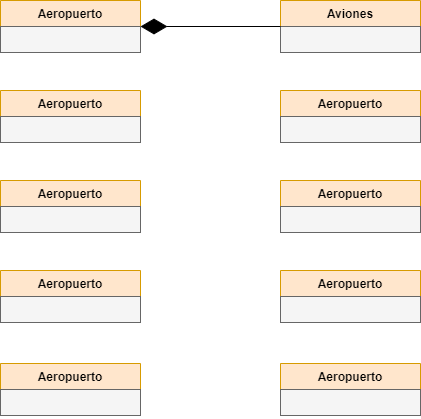
The draw.io diagram ejercicio2.png in MiguelGG03/ejercicios_mediante_uml_-grupos-, before a commit. Source tidied: cells renumbered, new cells last; positions are measured from the earlier drawing's top-left corner, leaving out a move shared by most shapes. Source of this version:
```xml
<mxGraphModel>
  <root>
    <mxCell id="0" />
    <mxCell id="1" parent="0" />
    <mxCell id="2" value="Aeropuerto" style="swimlane;fontStyle=1;horizontal=1;startSize=26;fillColor=#ffe6cc;strokeColor=#d79b00;" parent="1" vertex="1">
      <mxGeometry width="140" height="52" as="geometry" />
    </mxCell>
    <mxCell id="3" value=" " style="text;strokeColor=#666666;fillColor=#f5f5f5;align=left;verticalAlign=top;spacingLeft=4;spacingRight=4;overflow=hidden;fontColor=#333333;" parent="2" vertex="1">
      <mxGeometry y="26" width="140" height="26" as="geometry" />
    </mxCell>
    <mxCell id="4" value="Aviones" style="swimlane;fontStyle=1;horizontal=1;startSize=26;fillColor=#ffe6cc;strokeColor=#d79b00;" parent="1" vertex="1">
      <mxGeometry x="280" width="140" height="52" as="geometry" />
    </mxCell>
    <mxCell id="5" value=" " style="text;strokeColor=#666666;fillColor=#f5f5f5;align=left;verticalAlign=top;spacingLeft=4;spacingRight=4;overflow=hidden;fontColor=#333333;" parent="4" vertex="1">
      <mxGeometry y="26" width="140" height="26" as="geometry" />
    </mxCell>
    <mxCell id="6" style="endArrow=diamondThin;endFill=1;endSize=24;html=1;rounded=0;exitX=0;exitY=0.5;exitDx=0;exitDy=0;" parent="1" edge="1" source="4">
      <mxGeometry relative="1" as="geometry">
        <mxPoint x="140" y="26" as="targetPoint" />
      </mxGeometry>
    </mxCell>
    <mxCell id="7" value="Aeropuerto" style="swimlane;fontStyle=1;horizontal=1;startSize=26;fillColor=#ffe6cc;strokeColor=#d79b00;" parent="1" vertex="1">
      <mxGeometry y="363" width="140" height="52" as="geometry" />
    </mxCell>
    <mxCell id="8" value=" " style="text;strokeColor=#666666;fillColor=#f5f5f5;align=left;verticalAlign=top;spacingLeft=4;spacingRight=4;overflow=hidden;fontColor=#333333;" parent="7" vertex="1">
      <mxGeometry y="26" width="140" height="26" as="geometry" />
    </mxCell>
    <mxCell id="9" value="Aeropuerto" style="swimlane;fontStyle=1;horizontal=1;startSize=26;fillColor=#ffe6cc;strokeColor=#d79b00;" parent="1" vertex="1">
      <mxGeometry y="90" width="140" height="52" as="geometry" />
    </mxCell>
    <mxCell id="10" value=" " style="text;strokeColor=#666666;fillColor=#f5f5f5;align=left;verticalAlign=top;spacingLeft=4;spacingRight=4;overflow=hidden;fontColor=#333333;" parent="9" vertex="1">
      <mxGeometry y="26" width="140" height="26" as="geometry" />
    </mxCell>
    <mxCell id="11" value="Aeropuerto" style="swimlane;fontStyle=1;horizontal=1;startSize=26;fillColor=#ffe6cc;strokeColor=#d79b00;" parent="1" vertex="1">
      <mxGeometry y="180" width="140" height="52" as="geometry" />
    </mxCell>
    <mxCell id="12" value=" " style="text;strokeColor=#666666;fillColor=#f5f5f5;align=left;verticalAlign=top;spacingLeft=4;spacingRight=4;overflow=hidden;fontColor=#333333;" parent="11" vertex="1">
      <mxGeometry y="26" width="140" height="26" as="geometry" />
    </mxCell>
    <mxCell id="13" value="Aeropuerto" style="swimlane;fontStyle=1;horizontal=1;startSize=26;fillColor=#ffe6cc;strokeColor=#d79b00;" parent="1" vertex="1">
      <mxGeometry y="270" width="140" height="52" as="geometry" />
    </mxCell>
    <mxCell id="14" value=" " style="text;strokeColor=#666666;fillColor=#f5f5f5;align=left;verticalAlign=top;spacingLeft=4;spacingRight=4;overflow=hidden;points=[[0,0.5],[1,0.5]];portConstraint=eastwest;fontColor=#333333;" parent="13" vertex="1">
      <mxGeometry y="26" width="140" height="26" as="geometry" />
    </mxCell>
    <mxCell id="15" value="Aeropuerto" style="swimlane;fontStyle=1;horizontal=1;startSize=26;fillColor=#ffe6cc;strokeColor=#d79b00;" parent="1" vertex="1">
      <mxGeometry x="280" y="90" width="140" height="52" as="geometry" />
    </mxCell>
    <mxCell id="16" value=" " style="text;strokeColor=#666666;fillColor=#f5f5f5;align=left;verticalAlign=top;spacingLeft=4;spacingRight=4;overflow=hidden;fontColor=#333333;" parent="15" vertex="1">
      <mxGeometry y="26" width="140" height="26" as="geometry" />
    </mxCell>
    <mxCell id="17" value="Aeropuerto" style="swimlane;fontStyle=1;horizontal=1;startSize=26;fillColor=#ffe6cc;strokeColor=#d79b00;" parent="1" vertex="1">
      <mxGeometry x="280" y="180" width="140" height="52" as="geometry" />
    </mxCell>
    <mxCell id="18" value=" " style="text;strokeColor=#666666;fillColor=#f5f5f5;align=left;verticalAlign=top;spacingLeft=4;spacingRight=4;overflow=hidden;points=[[0,0.5],[1,0.5]];portConstraint=eastwest;fontColor=#333333;" parent="17" vertex="1">
      <mxGeometry y="26" width="140" height="26" as="geometry" />
    </mxCell>
    <mxCell id="19" value="Aeropuerto" style="swimlane;fontStyle=1;horizontal=1;startSize=26;fillColor=#ffe6cc;strokeColor=#d79b00;" parent="1" vertex="1">
      <mxGeometry x="280" y="270" width="140" height="52" as="geometry" />
    </mxCell>
    <mxCell id="20" value=" " style="text;strokeColor=#666666;fillColor=#f5f5f5;align=left;verticalAlign=top;spacingLeft=4;spacingRight=4;overflow=hidden;points=[[0,0.5],[1,0.5]];portConstraint=eastwest;fontColor=#333333;" parent="19" vertex="1">
      <mxGeometry y="26" width="140" height="26" as="geometry" />
    </mxCell>
    <mxCell id="21" value="Aeropuerto" style="swimlane;fontStyle=1;horizontal=1;startSize=26;fillColor=#ffe6cc;strokeColor=#d79b00;" parent="1" vertex="1">
      <mxGeometry x="280" y="363" width="140" height="52" as="geometry" />
    </mxCell>
    <mxCell id="22" value=" " style="text;strokeColor=#666666;fillColor=#f5f5f5;align=left;verticalAlign=top;spacingLeft=4;spacingRight=4;overflow=hidden;points=[[0,0.5],[1,0.5]];portConstraint=eastwest;fontColor=#333333;" parent="21" vertex="1">
      <mxGeometry y="26" width="140" height="26" as="geometry" />
    </mxCell>
  </root>
</mxGraphModel>
```
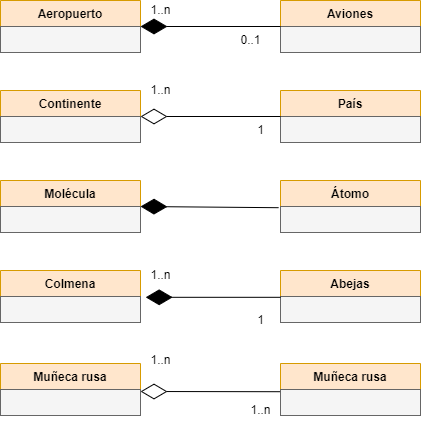
After the commit.

Diff of the diagram source:
```diff
@@ -19,53 +19,93 @@
         <mxPoint x="140" y="26" as="targetPoint" />
       </mxGeometry>
     </mxCell>
-    <mxCell id="7" value="Aeropuerto" style="swimlane;fontStyle=1;horizontal=1;startSize=26;fillColor=#ffe6cc;strokeColor=#d79b00;" parent="1" vertex="1">
+    <mxCell id="7" value="Muñeca rusa" style="swimlane;fontStyle=1;horizontal=1;startSize=26;fillColor=#ffe6cc;strokeColor=#d79b00;" parent="1" vertex="1">
       <mxGeometry y="363" width="140" height="52" as="geometry" />
     </mxCell>
     <mxCell id="8" value=" " style="text;strokeColor=#666666;fillColor=#f5f5f5;align=left;verticalAlign=top;spacingLeft=4;spacingRight=4;overflow=hidden;fontColor=#333333;" parent="7" vertex="1">
       <mxGeometry y="26" width="140" height="26" as="geometry" />
     </mxCell>
-    <mxCell id="9" value="Aeropuerto" style="swimlane;fontStyle=1;horizontal=1;startSize=26;fillColor=#ffe6cc;strokeColor=#d79b00;" parent="1" vertex="1">
+    <mxCell id="9" value="Continente" style="swimlane;fontStyle=1;horizontal=1;startSize=26;fillColor=#ffe6cc;strokeColor=#d79b00;" parent="1" vertex="1">
       <mxGeometry y="90" width="140" height="52" as="geometry" />
     </mxCell>
     <mxCell id="10" value=" " style="text;strokeColor=#666666;fillColor=#f5f5f5;align=left;verticalAlign=top;spacingLeft=4;spacingRight=4;overflow=hidden;fontColor=#333333;" parent="9" vertex="1">
       <mxGeometry y="26" width="140" height="26" as="geometry" />
     </mxCell>
-    <mxCell id="11" value="Aeropuerto" style="swimlane;fontStyle=1;horizontal=1;startSize=26;fillColor=#ffe6cc;strokeColor=#d79b00;" parent="1" vertex="1">
+    <mxCell id="11" value="Molécula" style="swimlane;fontStyle=1;horizontal=1;startSize=26;fillColor=#ffe6cc;strokeColor=#d79b00;" parent="1" vertex="1">
       <mxGeometry y="180" width="140" height="52" as="geometry" />
     </mxCell>
     <mxCell id="12" value=" " style="text;strokeColor=#666666;fillColor=#f5f5f5;align=left;verticalAlign=top;spacingLeft=4;spacingRight=4;overflow=hidden;fontColor=#333333;" parent="11" vertex="1">
       <mxGeometry y="26" width="140" height="26" as="geometry" />
     </mxCell>
-    <mxCell id="13" value="Aeropuerto" style="swimlane;fontStyle=1;horizontal=1;startSize=26;fillColor=#ffe6cc;strokeColor=#d79b00;" parent="1" vertex="1">
+    <mxCell id="13" value="Colmena" style="swimlane;fontStyle=1;horizontal=1;startSize=26;fillColor=#ffe6cc;strokeColor=#d79b00;" parent="1" vertex="1">
       <mxGeometry y="270" width="140" height="52" as="geometry" />
     </mxCell>
     <mxCell id="14" value=" " style="text;strokeColor=#666666;fillColor=#f5f5f5;align=left;verticalAlign=top;spacingLeft=4;spacingRight=4;overflow=hidden;points=[[0,0.5],[1,0.5]];portConstraint=eastwest;fontColor=#333333;" parent="13" vertex="1">
       <mxGeometry y="26" width="140" height="26" as="geometry" />
     </mxCell>
-    <mxCell id="15" value="Aeropuerto" style="swimlane;fontStyle=1;horizontal=1;startSize=26;fillColor=#ffe6cc;strokeColor=#d79b00;" parent="1" vertex="1">
+    <mxCell id="15" value="País" style="swimlane;fontStyle=1;horizontal=1;startSize=26;fillColor=#ffe6cc;strokeColor=#d79b00;" parent="1" vertex="1">
       <mxGeometry x="280" y="90" width="140" height="52" as="geometry" />
     </mxCell>
     <mxCell id="16" value=" " style="text;strokeColor=#666666;fillColor=#f5f5f5;align=left;verticalAlign=top;spacingLeft=4;spacingRight=4;overflow=hidden;fontColor=#333333;" parent="15" vertex="1">
       <mxGeometry y="26" width="140" height="26" as="geometry" />
     </mxCell>
-    <mxCell id="17" value="Aeropuerto" style="swimlane;fontStyle=1;horizontal=1;startSize=26;fillColor=#ffe6cc;strokeColor=#d79b00;" parent="1" vertex="1">
+    <mxCell id="17" value="Átomo" style="swimlane;fontStyle=1;horizontal=1;startSize=26;fillColor=#ffe6cc;strokeColor=#d79b00;" parent="1" vertex="1">
       <mxGeometry x="280" y="180" width="140" height="52" as="geometry" />
     </mxCell>
     <mxCell id="18" value=" " style="text;strokeColor=#666666;fillColor=#f5f5f5;align=left;verticalAlign=top;spacingLeft=4;spacingRight=4;overflow=hidden;points=[[0,0.5],[1,0.5]];portConstraint=eastwest;fontColor=#333333;" parent="17" vertex="1">
       <mxGeometry y="26" width="140" height="26" as="geometry" />
     </mxCell>
-    <mxCell id="19" value="Aeropuerto" style="swimlane;fontStyle=1;horizontal=1;startSize=26;fillColor=#ffe6cc;strokeColor=#d79b00;" parent="1" vertex="1">
+    <mxCell id="19" value="Abejas" style="swimlane;fontStyle=1;horizontal=1;startSize=26;fillColor=#ffe6cc;strokeColor=#d79b00;" parent="1" vertex="1">
       <mxGeometry x="280" y="270" width="140" height="52" as="geometry" />
     </mxCell>
     <mxCell id="20" value=" " style="text;strokeColor=#666666;fillColor=#f5f5f5;align=left;verticalAlign=top;spacingLeft=4;spacingRight=4;overflow=hidden;points=[[0,0.5],[1,0.5]];portConstraint=eastwest;fontColor=#333333;" parent="19" vertex="1">
       <mxGeometry y="26" width="140" height="26" as="geometry" />
     </mxCell>
-    <mxCell id="21" value="Aeropuerto" style="swimlane;fontStyle=1;horizontal=1;startSize=26;fillColor=#ffe6cc;strokeColor=#d79b00;" parent="1" vertex="1">
+    <mxCell id="21" value="Muñeca rusa" style="swimlane;fontStyle=1;horizontal=1;startSize=26;fillColor=#ffe6cc;strokeColor=#d79b00;" parent="1" vertex="1">
       <mxGeometry x="280" y="363" width="140" height="52" as="geometry" />
     </mxCell>
     <mxCell id="22" value=" " style="text;strokeColor=#666666;fillColor=#f5f5f5;align=left;verticalAlign=top;spacingLeft=4;spacingRight=4;overflow=hidden;points=[[0,0.5],[1,0.5]];portConstraint=eastwest;fontColor=#333333;" parent="21" vertex="1">
       <mxGeometry y="26" width="140" height="26" as="geometry" />
     </mxCell>
+    <mxCell id="23" style="endArrow=diamondThin;endFill=0;endSize=24;html=1;rounded=0;exitX=0;exitY=0.5;exitDx=0;exitDy=0;" parent="1" edge="1" source="15">
+      <mxGeometry relative="1" as="geometry">
+        <mxPoint x="140" y="116" as="targetPoint" />
+      </mxGeometry>
+    </mxCell>
+    <mxCell id="24" value="1..n" style="text;html=1;align=center;verticalAlign=middle;strokeColor=none;fillColor=none;" parent="1" vertex="1">
+      <mxGeometry x="140" width="40" height="20" as="geometry" />
+    </mxCell>
+    <mxCell id="25" value="0..1" style="text;html=1;align=center;verticalAlign=middle;strokeColor=none;fillColor=none;" parent="1" vertex="1">
+      <mxGeometry x="230" y="30" width="40" height="20" as="geometry" />
+    </mxCell>
+    <mxCell id="26" style="endArrow=diamondThin;endFill=1;endSize=24;html=1;rounded=0;exitX=0;exitY=0.031;exitDx=0;exitDy=0;exitPerimeter=0;entryX=1.037;entryY=0.031;entryDx=0;entryDy=0;entryPerimeter=0;" parent="1" edge="1" source="20" target="14">
+      <mxGeometry relative="1" as="geometry" />
+    </mxCell>
+    <mxCell id="27" value="1..n" style="text;html=1;align=center;verticalAlign=middle;strokeColor=none;fillColor=none;" parent="1" vertex="1">
+      <mxGeometry x="140" y="265" width="40" height="20" as="geometry" />
+    </mxCell>
+    <mxCell id="28" value="1" style="text;html=1;align=center;verticalAlign=middle;strokeColor=none;fillColor=none;" parent="1" vertex="1">
+      <mxGeometry x="250" y="310" width="20" height="20" as="geometry" />
+    </mxCell>
+    <mxCell id="29" value="1" style="text;html=1;align=center;verticalAlign=middle;strokeColor=none;fillColor=none;" parent="1" vertex="1">
+      <mxGeometry x="250" y="120" width="20" height="20" as="geometry" />
+    </mxCell>
+    <mxCell id="30" value="1..n" style="text;html=1;align=center;verticalAlign=middle;strokeColor=none;fillColor=none;" parent="1" vertex="1">
+      <mxGeometry x="140" y="80" width="40" height="20" as="geometry" />
+    </mxCell>
+    <mxCell id="31" style="endArrow=diamondThin;endFill=1;endSize=24;html=1;rounded=0;exitX=-0.014;exitY=0.046;exitDx=0;exitDy=0;exitPerimeter=0;entryX=1;entryY=0.5;entryDx=0;entryDy=0;" parent="1" edge="1" source="18" target="11">
+      <mxGeometry relative="1" as="geometry" />
+    </mxCell>
+    <mxCell id="32" style="endArrow=diamondThin;endFill=0;endSize=24;html=1;rounded=0;exitX=-0.003;exitY=0.085;exitDx=0;exitDy=0;exitPerimeter=0;" parent="1" edge="1" source="22">
+      <mxGeometry relative="1" as="geometry">
+        <mxPoint x="140" y="391" as="targetPoint" />
+      </mxGeometry>
+    </mxCell>
+    <mxCell id="33" value="1..n" style="text;html=1;align=center;verticalAlign=middle;strokeColor=none;fillColor=none;" parent="1" vertex="1">
+      <mxGeometry x="140" y="350" width="40" height="20" as="geometry" />
+    </mxCell>
+    <mxCell id="34" value="1..n" style="text;html=1;align=center;verticalAlign=middle;strokeColor=none;fillColor=none;" parent="1" vertex="1">
+      <mxGeometry x="240" y="400" width="40" height="20" as="geometry" />
+    </mxCell>
   </root>
 </mxGraphModel>
```
